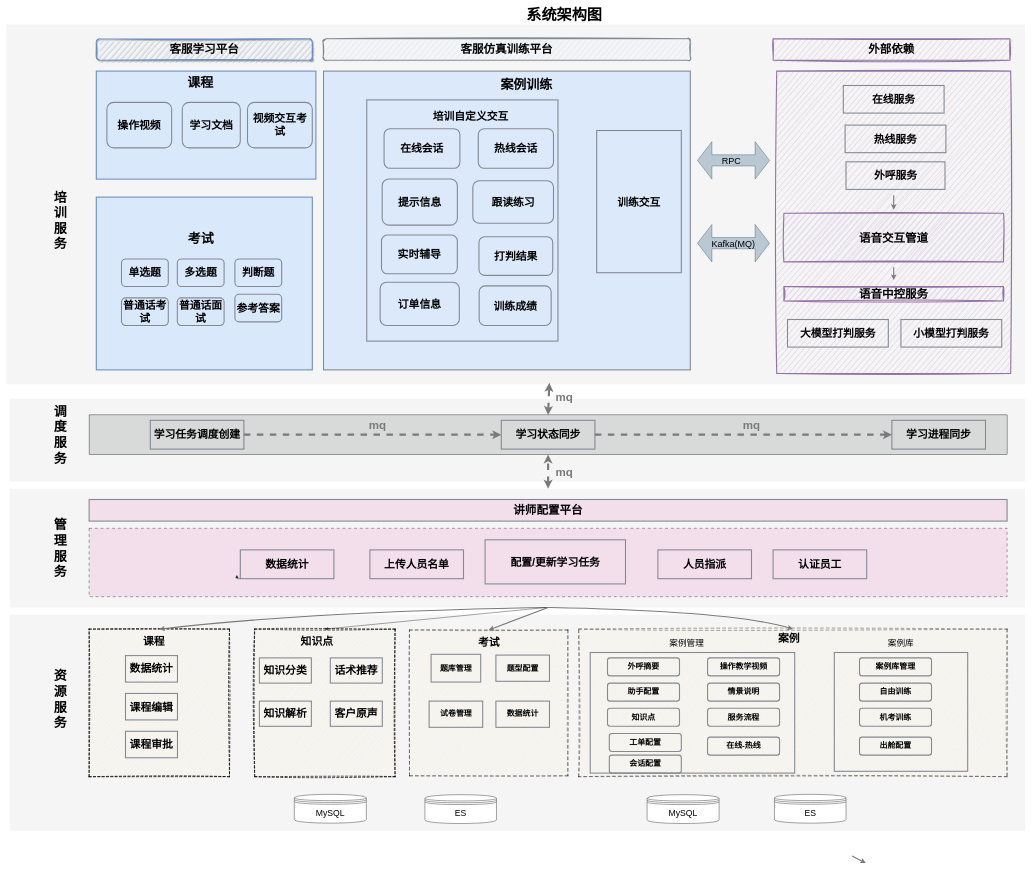
This is 系统架构图.drawio from cgshao02/graduation_picture, a draw.io file, before an edit. Source tidied: cells renumbered, new cells numbered last; positions are measured from the earlier drawing's top-left corner, leaving out a move shared by most shapes. Both pictures are drawn from the tidied source at 36%, with x=0, y=0 at pixel (6, 10).
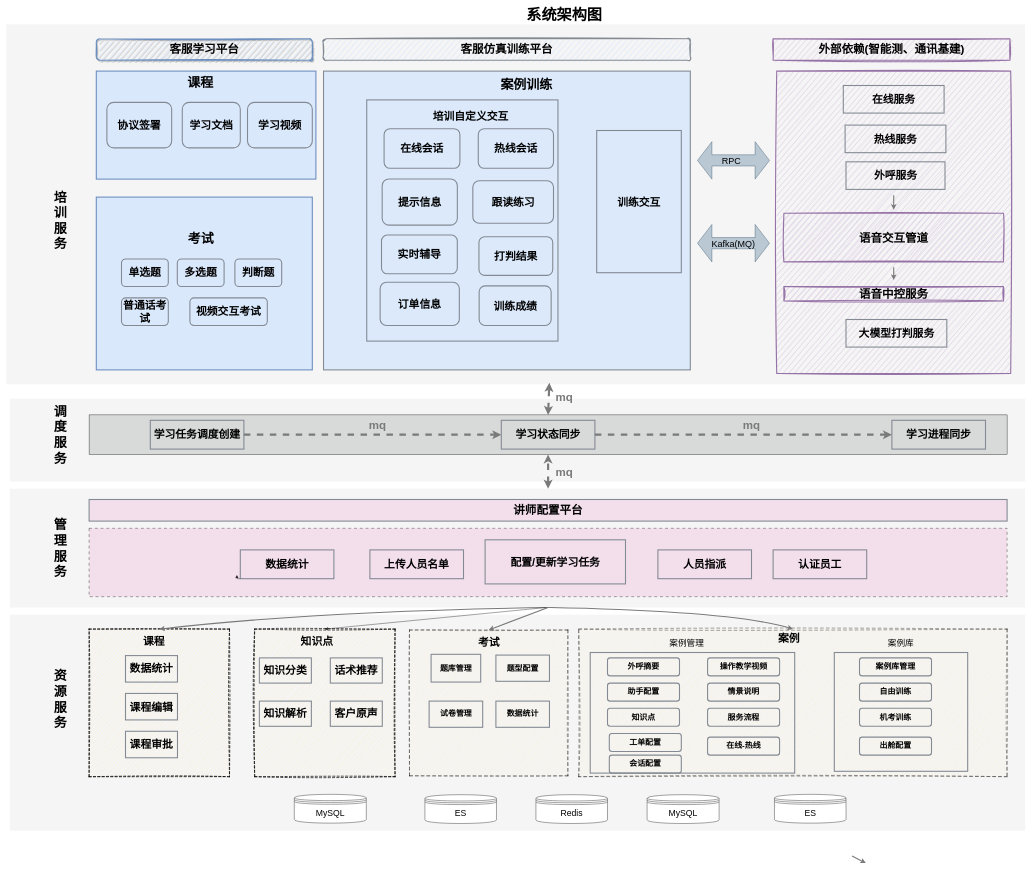
After the change.

Commit message (it also covers changes not shown here):
更新系统架构图.drawio

Diff of the diagram source:
```diff
@@
     <mxCell id="60" value="&lt;span style=&quot;font-size: 30px;&quot;&gt;&lt;b&gt;大模型打判服务&lt;/b&gt;&lt;/span&gt;" style="rounded=0;whiteSpace=wrap;html=1;strokeColor=#838A93;strokeWidth=3;fillColor=none;" parent="1" vertex="1">
-      <mxGeometry x="2170" y="860" width="280" height="76.6" as="geometry" />
+      <mxGeometry x="2332.5" y="860" width="280" height="76.6" as="geometry" />
     </mxCell>
-    <mxCell id="61" value="&lt;span style=&quot;font-size: 30px;&quot;&gt;&lt;b&gt;小模型打判服务&lt;/b&gt;&lt;/span&gt;" style="rounded=0;whiteSpace=wrap;html=1;strokeColor=#838A93;strokeWidth=3;fillColor=none;" parent="1" vertex="1">
-      <mxGeometry x="2485" y="860" width="280" height="76.6" as="geometry" />
-    </mxCell>
@@
-    <mxCell id="63" value="&lt;span style=&quot;font-size: 30px;&quot;&gt;&lt;b&gt;操作视频&lt;/b&gt;&lt;/span&gt;" style="rounded=1;whiteSpace=wrap;html=1;strokeColor=#838A93;strokeWidth=3;fillColor=none;" parent="1" vertex="1">
+    <mxCell id="63" value="&lt;span style=&quot;font-size: 30px;&quot;&gt;&lt;b&gt;协议签署&lt;/b&gt;&lt;/span&gt;" style="rounded=1;whiteSpace=wrap;html=1;strokeColor=#838A93;strokeWidth=3;fillColor=none;" parent="1" vertex="1">
       <mxGeometry x="279.4" y="256.8" width="180" height="126.4" as="geometry" />
     </mxCell>
-    <mxCell id="64" value="&lt;font style=&quot;font-size: 30px;&quot;&gt;&lt;b&gt;视频交互考试&lt;/b&gt;&lt;/font&gt;" style="rounded=1;whiteSpace=wrap;html=1;strokeColor=#838A93;strokeWidth=3;fillColor=none;" parent="1" vertex="1">
+    <mxCell id="64" value="&lt;font style=&quot;font-size: 30px;&quot;&gt;&lt;b&gt;学习视频&lt;/b&gt;&lt;/font&gt;" style="rounded=1;whiteSpace=wrap;html=1;strokeColor=#838A93;strokeWidth=3;fillColor=none;" parent="1" vertex="1">
       <mxGeometry x="670" y="256.8" width="180" height="126.4" as="geometry" />
     </mxCell>
@@
-    <mxCell id="70" value="&lt;span style=&quot;font-size: 30px;&quot;&gt;&lt;b&gt;参考答案&lt;/b&gt;&lt;/span&gt;" style="rounded=1;whiteSpace=wrap;html=1;strokeColor=#838A93;strokeWidth=3;fillColor=none;" parent="1" vertex="1">
-      <mxGeometry x="635" y="790" width="130" height="76.6" as="geometry" />
+    <mxCell id="70" value="&lt;span style=&quot;font-size: 30px;&quot;&gt;&lt;b&gt;视频交互考试&lt;/b&gt;&lt;/span&gt;" style="rounded=1;whiteSpace=wrap;html=1;strokeColor=#838A93;strokeWidth=3;fillColor=none;" parent="1" vertex="1">
+      <mxGeometry x="510" y="800" width="215" height="76.6" as="geometry" />
     </mxCell>
@@
-    <mxCell id="83" value="&lt;span style=&quot;font-size: 30px;&quot;&gt;&lt;b&gt;普通话面试&lt;/b&gt;&lt;/span&gt;" style="rounded=1;whiteSpace=wrap;html=1;strokeColor=#838A93;strokeWidth=3;fillColor=none;" parent="1" vertex="1">
-      <mxGeometry x="475" y="800" width="130" height="76.6" as="geometry" />
-    </mxCell>
@@
-    <mxCell id="113" value="&lt;font size=&quot;1&quot; style=&quot;&quot;&gt;&lt;b style=&quot;font-size: 32px;&quot;&gt;外部依赖&lt;/b&gt;&lt;/font&gt;" style="rounded=0;whiteSpace=wrap;html=1;fillColor=#e1d5e7;strokeColor=#9673a6;strokeWidth=3;sketch=1;curveFitting=1;jiggle=2;" parent="1" vertex="1">
+    <mxCell id="113" value="&lt;font size=&quot;1&quot; style=&quot;&quot;&gt;&lt;b style=&quot;font-size: 32px;&quot;&gt;外部依赖(智能测、通讯基建)&lt;/b&gt;&lt;/font&gt;" style="rounded=0;whiteSpace=wrap;html=1;fillColor=#e1d5e7;strokeColor=#9673a6;strokeWidth=3;sketch=1;curveFitting=1;jiggle=2;" parent="1" vertex="1">
       <mxGeometry x="2130" y="80" width="658" height="60" as="geometry" />
     </mxCell>
@@
+    <mxCell id="123" value="&lt;span style=&quot;font-size: 24px;&quot;&gt;Redis&lt;/span&gt;" style="shape=datastore;whiteSpace=wrap;html=1;" parent="1" vertex="1">
+      <mxGeometry x="1471.2" y="2180" width="198.8" height="80" as="geometry" />
+    </mxCell>
```
